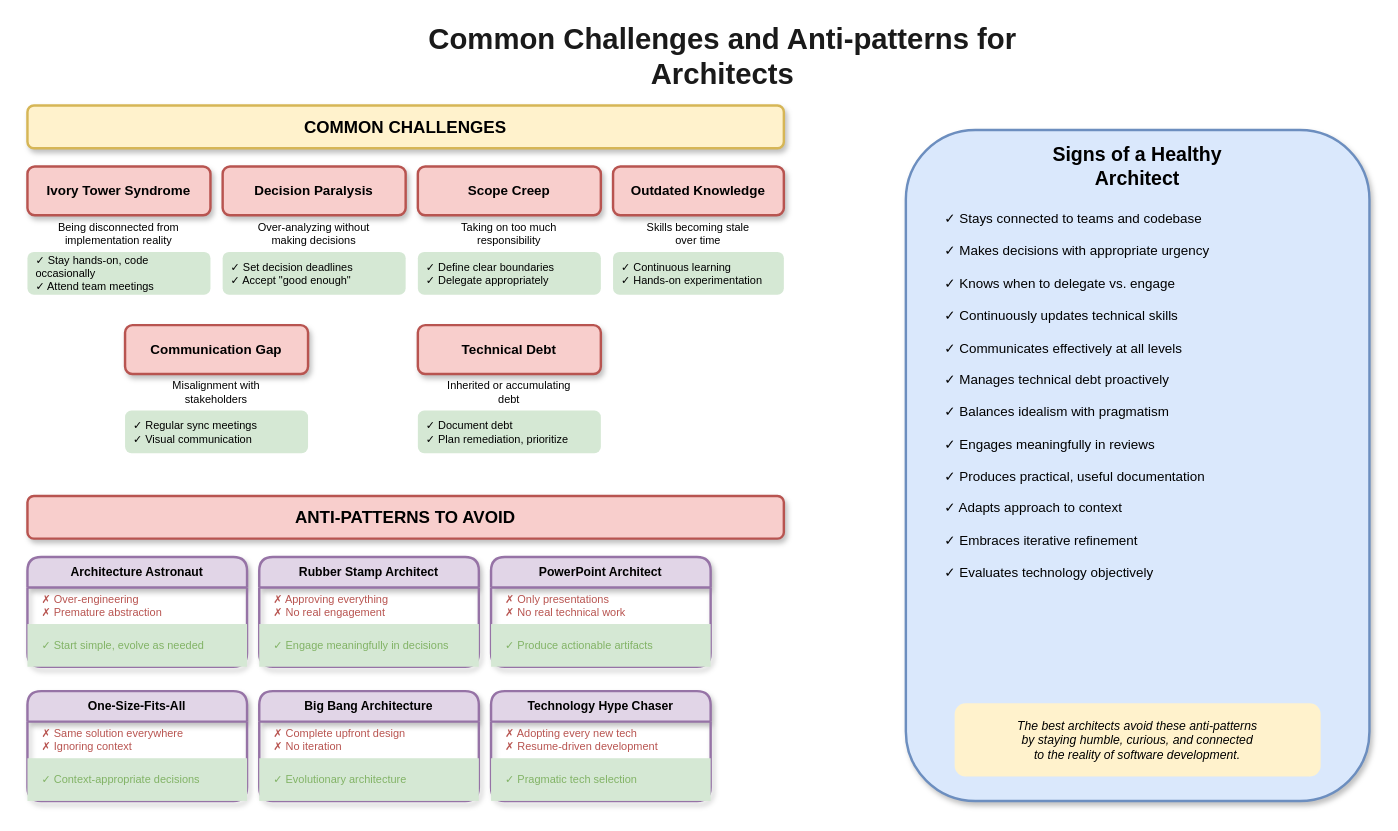
MrParkerZ7/document-lesson-software-architect-x-claude keeps this draw.io diagram as lesson-00-software-architect-overview/03-common-challenges/3.1-challenges-antipatterns.drawio. Above is the earlier version. Source tidied: cells renumbered, new cells numbered last; positions are measured from the earlier drawing's top-left corner, leaving out a move shared by most shapes. Both pictures are drawn from the tidied source at 122%, with x=0, y=0 at pixel (27, 32).
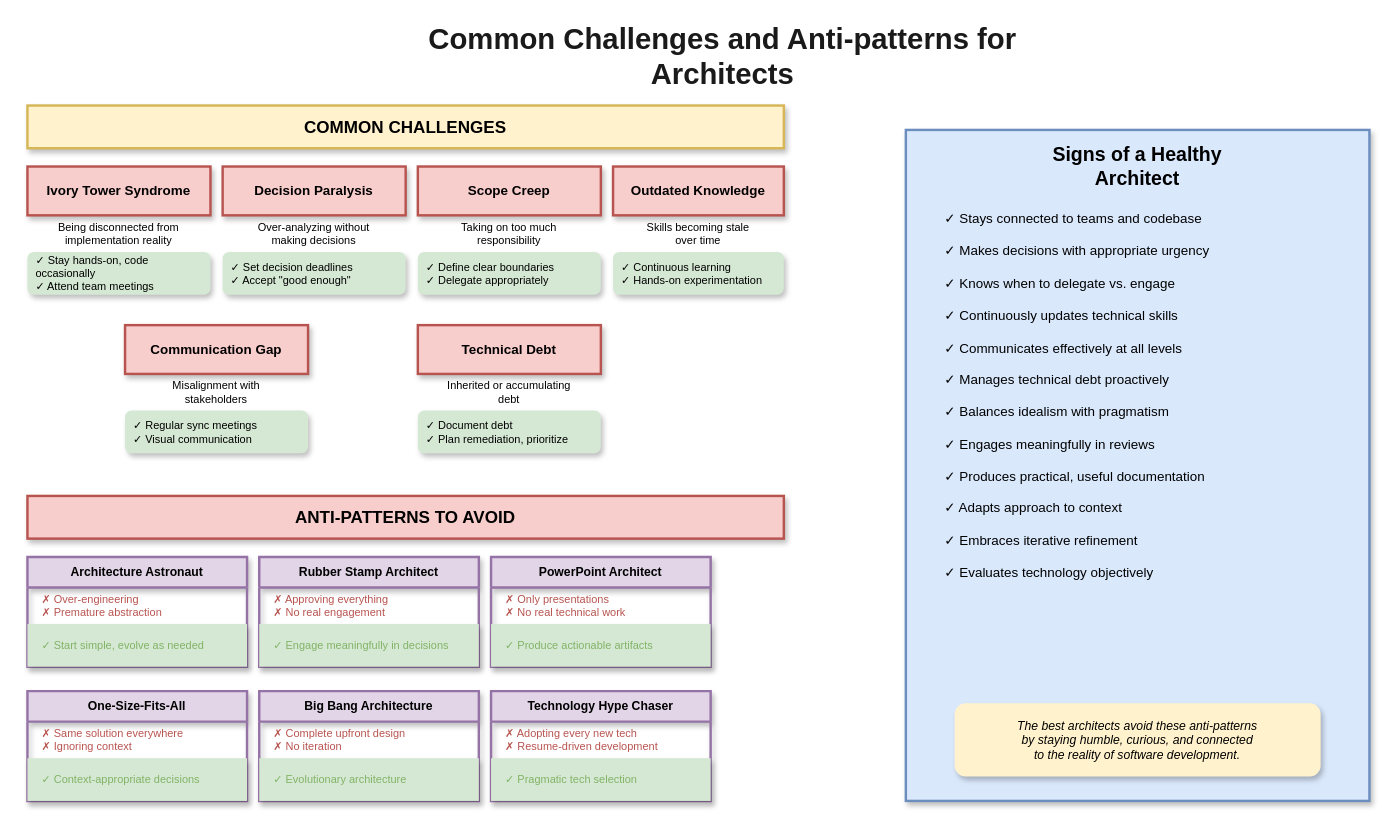
The same diagram, later.

The edit, as a diff of the source:
```diff
@@
-    <mxCell id="3" value="COMMON CHALLENGES" style="rounded=1;whiteSpace=wrap;html=1;fillColor=#fff2cc;strokeColor=#d6b656;fontSize=14;fontStyle=1;shadow=1;strokeWidth=2;" parent="1" vertex="1">
+    <mxCell id="3" value="COMMON CHALLENGES" style="rounded=0;whiteSpace=wrap;html=1;fillColor=#fff2cc;strokeColor=#d6b656;fontSize=14;fontStyle=1;shadow=1;strokeWidth=2;" parent="1" vertex="1">
       <mxGeometry y="60" width="620" height="35" as="geometry" />
     </mxCell>
-    <mxCell id="4" value="Ivory Tower Syndrome" style="rounded=1;whiteSpace=wrap;html=1;fillColor=#f8cecc;strokeColor=#b85450;fontSize=11;fontStyle=1;shadow=1;strokeWidth=2;" parent="1" vertex="1">
+    <mxCell id="4" value="Ivory Tower Syndrome" style="rounded=0;whiteSpace=wrap;html=1;fillColor=#f8cecc;strokeColor=#b85450;fontSize=11;fontStyle=1;shadow=1;strokeWidth=2;" parent="1" vertex="1">
       <mxGeometry y="110" width="150" height="40" as="geometry" />
     </mxCell>
@@
-    <mxCell id="6" value="✓ Stay hands-on, code occasionally&#10;✓ Attend team meetings" style="text;html=1;strokeColor=none;fillColor=#d5e8d4;align=left;verticalAlign=middle;whiteSpace=wrap;rounded=1;fontSize=9;spacingLeft=5;" parent="1" vertex="1">
+    <mxCell id="6" value="✓ Stay hands-on, code occasionally&#10;✓ Attend team meetings" style="text;html=1;strokeColor=none;fillColor=#d5e8d4;align=left;verticalAlign=middle;whiteSpace=wrap;rounded=1;fontSize=9;spacingLeft=5;shadow=1;" parent="1" vertex="1">
       <mxGeometry y="180" width="150" height="35" as="geometry" />
     </mxCell>
-    <mxCell id="7" value="Decision Paralysis" style="rounded=1;whiteSpace=wrap;html=1;fillColor=#f8cecc;strokeColor=#b85450;fontSize=11;fontStyle=1;shadow=1;strokeWidth=2;" parent="1" vertex="1">
+    <mxCell id="7" value="Decision Paralysis" style="rounded=0;whiteSpace=wrap;html=1;fillColor=#f8cecc;strokeColor=#b85450;fontSize=11;fontStyle=1;shadow=1;strokeWidth=2;" parent="1" vertex="1">
       <mxGeometry x="160" y="110" width="150" height="40" as="geometry" />
     </mxCell>
@@
-    <mxCell id="9" value="✓ Set decision deadlines&#10;✓ Accept &quot;good enough&quot;" style="text;html=1;strokeColor=none;fillColor=#d5e8d4;align=left;verticalAlign=middle;whiteSpace=wrap;rounded=1;fontSize=9;spacingLeft=5;" parent="1" vertex="1">
+    <mxCell id="9" value="✓ Set decision deadlines&#10;✓ Accept &quot;good enough&quot;" style="text;html=1;strokeColor=none;fillColor=#d5e8d4;align=left;verticalAlign=middle;whiteSpace=wrap;rounded=1;fontSize=9;spacingLeft=5;shadow=1;" parent="1" vertex="1">
       <mxGeometry x="160" y="180" width="150" height="35" as="geometry" />
     </mxCell>
-    <mxCell id="10" value="Scope Creep" style="rounded=1;whiteSpace=wrap;html=1;fillColor=#f8cecc;strokeColor=#b85450;fontSize=11;fontStyle=1;shadow=1;strokeWidth=2;" parent="1" vertex="1">
+    <mxCell id="10" value="Scope Creep" style="rounded=0;whiteSpace=wrap;html=1;fillColor=#f8cecc;strokeColor=#b85450;fontSize=11;fontStyle=1;shadow=1;strokeWidth=2;" parent="1" vertex="1">
       <mxGeometry x="320" y="110" width="150" height="40" as="geometry" />
     </mxCell>
@@
-    <mxCell id="12" value="✓ Define clear boundaries&#10;✓ Delegate appropriately" style="text;html=1;strokeColor=none;fillColor=#d5e8d4;align=left;verticalAlign=middle;whiteSpace=wrap;rounded=1;fontSize=9;spacingLeft=5;" parent="1" vertex="1">
+    <mxCell id="12" value="✓ Define clear boundaries&#10;✓ Delegate appropriately" style="text;html=1;strokeColor=none;fillColor=#d5e8d4;align=left;verticalAlign=middle;whiteSpace=wrap;rounded=1;fontSize=9;spacingLeft=5;shadow=1;" parent="1" vertex="1">
       <mxGeometry x="320" y="180" width="150" height="35" as="geometry" />
     </mxCell>
-    <mxCell id="13" value="Outdated Knowledge" style="rounded=1;whiteSpace=wrap;html=1;fillColor=#f8cecc;strokeColor=#b85450;fontSize=11;fontStyle=1;shadow=1;strokeWidth=2;" parent="1" vertex="1">
+    <mxCell id="13" value="Outdated Knowledge" style="rounded=0;whiteSpace=wrap;html=1;fillColor=#f8cecc;strokeColor=#b85450;fontSize=11;fontStyle=1;shadow=1;strokeWidth=2;" parent="1" vertex="1">
       <mxGeometry x="480" y="110" width="140" height="40" as="geometry" />
     </mxCell>
@@
-    <mxCell id="15" value="✓ Continuous learning&#10;✓ Hands-on experimentation" style="text;html=1;strokeColor=none;fillColor=#d5e8d4;align=left;verticalAlign=middle;whiteSpace=wrap;rounded=1;fontSize=9;spacingLeft=5;" parent="1" vertex="1">
+    <mxCell id="15" value="✓ Continuous learning&#10;✓ Hands-on experimentation" style="text;html=1;strokeColor=none;fillColor=#d5e8d4;align=left;verticalAlign=middle;whiteSpace=wrap;rounded=1;fontSize=9;spacingLeft=5;shadow=1;" parent="1" vertex="1">
       <mxGeometry x="480" y="180" width="140" height="35" as="geometry" />
     </mxCell>
-    <mxCell id="16" value="Communication Gap" style="rounded=1;whiteSpace=wrap;html=1;fillColor=#f8cecc;strokeColor=#b85450;fontSize=11;fontStyle=1;shadow=1;strokeWidth=2;" parent="1" vertex="1">
+    <mxCell id="16" value="Communication Gap" style="rounded=0;whiteSpace=wrap;html=1;fillColor=#f8cecc;strokeColor=#b85450;fontSize=11;fontStyle=1;shadow=1;strokeWidth=2;" parent="1" vertex="1">
       <mxGeometry x="80" y="240" width="150" height="40" as="geometry" />
     </mxCell>
@@
-    <mxCell id="18" value="✓ Regular sync meetings&#10;✓ Visual communication" style="text;html=1;strokeColor=none;fillColor=#d5e8d4;align=left;verticalAlign=middle;whiteSpace=wrap;rounded=1;fontSize=9;spacingLeft=5;" parent="1" vertex="1">
+    <mxCell id="18" value="✓ Regular sync meetings&#10;✓ Visual communication" style="text;html=1;strokeColor=none;fillColor=#d5e8d4;align=left;verticalAlign=middle;whiteSpace=wrap;rounded=1;fontSize=9;spacingLeft=5;shadow=1;" parent="1" vertex="1">
       <mxGeometry x="80" y="310" width="150" height="35" as="geometry" />
     </mxCell>
-    <mxCell id="19" value="Technical Debt" style="rounded=1;whiteSpace=wrap;html=1;fillColor=#f8cecc;strokeColor=#b85450;fontSize=11;fontStyle=1;shadow=1;strokeWidth=2;" parent="1" vertex="1">
+    <mxCell id="19" value="Technical Debt" style="rounded=0;whiteSpace=wrap;html=1;fillColor=#f8cecc;strokeColor=#b85450;fontSize=11;fontStyle=1;shadow=1;strokeWidth=2;" parent="1" vertex="1">
       <mxGeometry x="320" y="240" width="150" height="40" as="geometry" />
     </mxCell>
@@
-    <mxCell id="21" value="✓ Document debt&#10;✓ Plan remediation, prioritize" style="text;html=1;strokeColor=none;fillColor=#d5e8d4;align=left;verticalAlign=middle;whiteSpace=wrap;rounded=1;fontSize=9;spacingLeft=5;" parent="1" vertex="1">
+    <mxCell id="21" value="✓ Document debt&#10;✓ Plan remediation, prioritize" style="text;html=1;strokeColor=none;fillColor=#d5e8d4;align=left;verticalAlign=middle;whiteSpace=wrap;rounded=1;fontSize=9;spacingLeft=5;shadow=1;" parent="1" vertex="1">
       <mxGeometry x="320" y="310" width="150" height="35" as="geometry" />
     </mxCell>
-    <mxCell id="22" value="ANTI-PATTERNS TO AVOID" style="rounded=1;whiteSpace=wrap;html=1;fillColor=#f8cecc;strokeColor=#b85450;fontSize=14;fontStyle=1;shadow=1;strokeWidth=2;" parent="1" vertex="1">
+    <mxCell id="22" value="ANTI-PATTERNS TO AVOID" style="rounded=0;whiteSpace=wrap;html=1;fillColor=#f8cecc;strokeColor=#b85450;fontSize=14;fontStyle=1;shadow=1;strokeWidth=2;" parent="1" vertex="1">
       <mxGeometry y="380" width="620" height="35" as="geometry" />
     </mxCell>
-    <mxCell id="23" value="Architecture Astronaut" style="swimlane;fontStyle=1;align=center;verticalAlign=top;horizontal=1;startSize=25;fillColor=#e1d5e7;strokeColor=#9673a6;fontSize=10;shadow=1;strokeWidth=2;rounded=1;" parent="1" vertex="1">
+    <mxCell id="23" value="Architecture Astronaut" style="swimlane;fontStyle=1;align=center;verticalAlign=top;horizontal=1;startSize=25;fillColor=#e1d5e7;strokeColor=#9673a6;fontSize=10;shadow=1;strokeWidth=2;rounded=0;" parent="1" vertex="1">
       <mxGeometry y="430" width="180" height="90" as="geometry" />
     </mxCell>
@@
-    <mxCell id="25" value="✓ Start simple, evolve as needed" style="text;html=1;strokeColor=none;fillColor=#d5e8d4;align=left;verticalAlign=middle;whiteSpace=wrap;rounded=0;fontSize=9;fontColor=#82b366;spacingLeft=10;" parent="23" vertex="1">
+    <mxCell id="25" value="✓ Start simple, evolve as needed" style="text;html=1;strokeColor=none;fillColor=#d5e8d4;align=left;verticalAlign=middle;whiteSpace=wrap;rounded=0;fontSize=9;fontColor=#82b366;spacingLeft=10;shadow=1;" parent="23" vertex="1">
       <mxGeometry y="55" width="180" height="35" as="geometry" />
     </mxCell>
-    <mxCell id="26" value="Rubber Stamp Architect" style="swimlane;fontStyle=1;align=center;verticalAlign=top;horizontal=1;startSize=25;fillColor=#e1d5e7;strokeColor=#9673a6;fontSize=10;shadow=1;strokeWidth=2;rounded=1;" parent="1" vertex="1">
+    <mxCell id="26" value="Rubber Stamp Architect" style="swimlane;fontStyle=1;align=center;verticalAlign=top;horizontal=1;startSize=25;fillColor=#e1d5e7;strokeColor=#9673a6;fontSize=10;shadow=1;strokeWidth=2;rounded=0;" parent="1" vertex="1">
       <mxGeometry x="190" y="430" width="180" height="90" as="geometry" />
     </mxCell>
@@
-    <mxCell id="28" value="✓ Engage meaningfully in decisions" style="text;html=1;strokeColor=none;fillColor=#d5e8d4;align=left;verticalAlign=middle;whiteSpace=wrap;rounded=0;fontSize=9;fontColor=#82b366;spacingLeft=10;" parent="26" vertex="1">
+    <mxCell id="28" value="✓ Engage meaningfully in decisions" style="text;html=1;strokeColor=none;fillColor=#d5e8d4;align=left;verticalAlign=middle;whiteSpace=wrap;rounded=0;fontSize=9;fontColor=#82b366;spacingLeft=10;shadow=1;" parent="26" vertex="1">
       <mxGeometry y="55" width="180" height="35" as="geometry" />
     </mxCell>
-    <mxCell id="29" value="PowerPoint Architect" style="swimlane;fontStyle=1;align=center;verticalAlign=top;horizontal=1;startSize=25;fillColor=#e1d5e7;strokeColor=#9673a6;fontSize=10;shadow=1;strokeWidth=2;rounded=1;" parent="1" vertex="1">
+    <mxCell id="29" value="PowerPoint Architect" style="swimlane;fontStyle=1;align=center;verticalAlign=top;horizontal=1;startSize=25;fillColor=#e1d5e7;strokeColor=#9673a6;fontSize=10;shadow=1;strokeWidth=2;rounded=0;" parent="1" vertex="1">
       <mxGeometry x="380" y="430" width="180" height="90" as="geometry" />
     </mxCell>
@@
-    <mxCell id="31" value="✓ Produce actionable artifacts" style="text;html=1;strokeColor=none;fillColor=#d5e8d4;align=left;verticalAlign=middle;whiteSpace=wrap;rounded=0;fontSize=9;fontColor=#82b366;spacingLeft=10;" parent="29" vertex="1">
+    <mxCell id="31" value="✓ Produce actionable artifacts" style="text;html=1;strokeColor=none;fillColor=#d5e8d4;align=left;verticalAlign=middle;whiteSpace=wrap;rounded=0;fontSize=9;fontColor=#82b366;spacingLeft=10;shadow=1;" parent="29" vertex="1">
       <mxGeometry y="55" width="180" height="35" as="geometry" />
     </mxCell>
-    <mxCell id="32" value="One-Size-Fits-All" style="swimlane;fontStyle=1;align=center;verticalAlign=top;horizontal=1;startSize=25;fillColor=#e1d5e7;strokeColor=#9673a6;fontSize=10;shadow=1;strokeWidth=2;rounded=1;" parent="1" vertex="1">
+    <mxCell id="32" value="One-Size-Fits-All" style="swimlane;fontStyle=1;align=center;verticalAlign=top;horizontal=1;startSize=25;fillColor=#e1d5e7;strokeColor=#9673a6;fontSize=10;shadow=1;strokeWidth=2;rounded=0;" parent="1" vertex="1">
       <mxGeometry y="540" width="180" height="90" as="geometry" />
     </mxCell>
@@
-    <mxCell id="34" value="✓ Context-appropriate decisions" style="text;html=1;strokeColor=none;fillColor=#d5e8d4;align=left;verticalAlign=middle;whiteSpace=wrap;rounded=0;fontSize=9;fontColor=#82b366;spacingLeft=10;" parent="32" vertex="1">
+    <mxCell id="34" value="✓ Context-appropriate decisions" style="text;html=1;strokeColor=none;fillColor=#d5e8d4;align=left;verticalAlign=middle;whiteSpace=wrap;rounded=0;fontSize=9;fontColor=#82b366;spacingLeft=10;shadow=1;" parent="32" vertex="1">
       <mxGeometry y="55" width="180" height="35" as="geometry" />
     </mxCell>
-    <mxCell id="35" value="Big Bang Architecture" style="swimlane;fontStyle=1;align=center;verticalAlign=top;horizontal=1;startSize=25;fillColor=#e1d5e7;strokeColor=#9673a6;fontSize=10;shadow=1;strokeWidth=2;rounded=1;" parent="1" vertex="1">
+    <mxCell id="35" value="Big Bang Architecture" style="swimlane;fontStyle=1;align=center;verticalAlign=top;horizontal=1;startSize=25;fillColor=#e1d5e7;strokeColor=#9673a6;fontSize=10;shadow=1;strokeWidth=2;rounded=0;" parent="1" vertex="1">
       <mxGeometry x="190" y="540" width="180" height="90" as="geometry" />
     </mxCell>
@@
-    <mxCell id="37" value="✓ Evolutionary architecture" style="text;html=1;strokeColor=none;fillColor=#d5e8d4;align=left;verticalAlign=middle;whiteSpace=wrap;rounded=0;fontSize=9;fontColor=#82b366;spacingLeft=10;" parent="35" vertex="1">
+    <mxCell id="37" value="✓ Evolutionary architecture" style="text;html=1;strokeColor=none;fillColor=#d5e8d4;align=left;verticalAlign=middle;whiteSpace=wrap;rounded=0;fontSize=9;fontColor=#82b366;spacingLeft=10;shadow=1;" parent="35" vertex="1">
       <mxGeometry y="55" width="180" height="35" as="geometry" />
     </mxCell>
-    <mxCell id="38" value="Technology Hype Chaser" style="swimlane;fontStyle=1;align=center;verticalAlign=top;horizontal=1;startSize=25;fillColor=#e1d5e7;strokeColor=#9673a6;fontSize=10;shadow=1;strokeWidth=2;rounded=1;" parent="1" vertex="1">
+    <mxCell id="38" value="Technology Hype Chaser" style="swimlane;fontStyle=1;align=center;verticalAlign=top;horizontal=1;startSize=25;fillColor=#e1d5e7;strokeColor=#9673a6;fontSize=10;shadow=1;strokeWidth=2;rounded=0;" parent="1" vertex="1">
       <mxGeometry x="380" y="540" width="180" height="90" as="geometry" />
     </mxCell>
@@
-    <mxCell id="40" value="✓ Pragmatic tech selection" style="text;html=1;strokeColor=none;fillColor=#d5e8d4;align=left;verticalAlign=middle;whiteSpace=wrap;rounded=0;fontSize=9;fontColor=#82b366;spacingLeft=10;" parent="38" vertex="1">
+    <mxCell id="40" value="✓ Pragmatic tech selection" style="text;html=1;strokeColor=none;fillColor=#d5e8d4;align=left;verticalAlign=middle;whiteSpace=wrap;rounded=0;fontSize=9;fontColor=#82b366;spacingLeft=10;shadow=1;" parent="38" vertex="1">
       <mxGeometry y="55" width="180" height="35" as="geometry" />
     </mxCell>
-    <mxCell id="41" style="rounded=1;whiteSpace=wrap;html=1;fillColor=#dae8fc;strokeColor=#6c8ebf;strokeWidth=2;shadow=1;" parent="1" vertex="1">
+    <mxCell id="41" style="rounded=0;whiteSpace=wrap;html=1;fillColor=#dae8fc;strokeColor=#6c8ebf;strokeWidth=2;shadow=1;" parent="1" vertex="1">
       <mxGeometry x="720" y="80" width="380" height="550" as="geometry" />
     </mxCell>
@@
-    <mxCell id="44" value="The best architects avoid these anti-patterns&#10;by staying humble, curious, and connected&#10;to the reality of software development." style="text;html=1;strokeColor=none;fillColor=#fff2cc;align=center;verticalAlign=middle;whiteSpace=wrap;rounded=1;fontSize=10;fontStyle=2;" parent="1" vertex="1">
+    <mxCell id="44" value="The best architects avoid these anti-patterns&#10;by staying humble, curious, and connected&#10;to the reality of software development." style="text;html=1;strokeColor=none;fillColor=#fff2cc;align=center;verticalAlign=middle;whiteSpace=wrap;rounded=1;fontSize=10;fontStyle=2;shadow=1;" parent="1" vertex="1">
       <mxGeometry x="760" y="550" width="300" height="60" as="geometry" />
     </mxCell>
```
